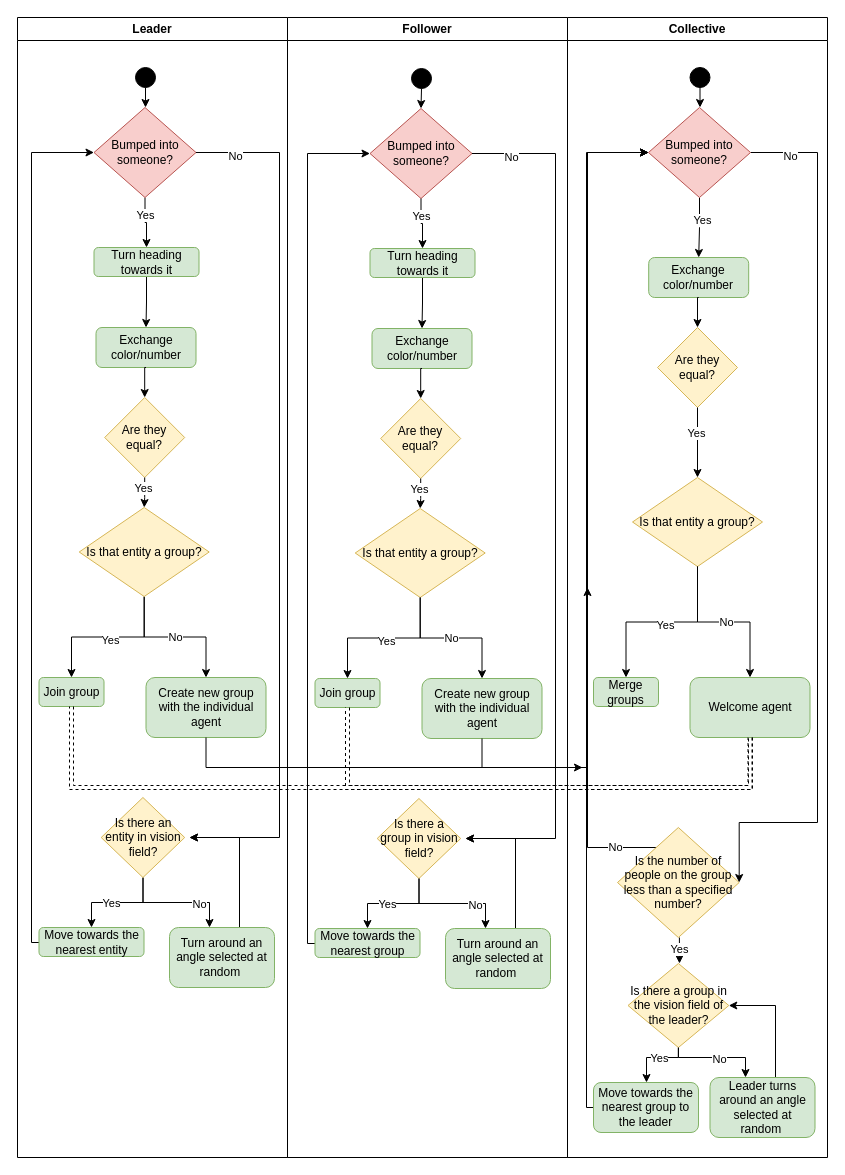
WonderfulAme/Agent_Based_Game_Modelling keeps this draw.io diagram as ActionDiagram2ndGame.drawio. Above is the earlier version. Source tidied: cells renumbered, new cells numbered last; positions are measured from the earlier drawing's top-left corner, leaving out a move shared by most shapes. Both pictures are drawn from the tidied source at 100%, with x=0, y=0 at pixel (17, 17).
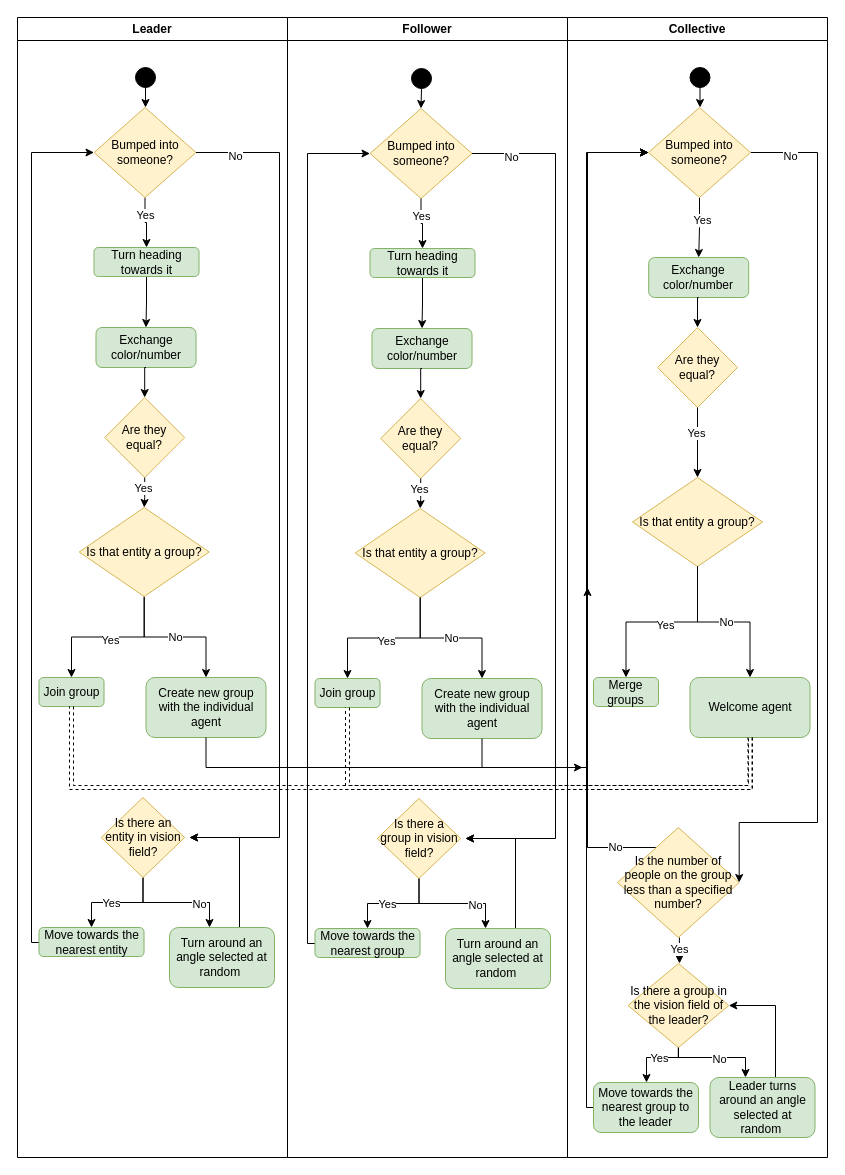
The same diagram, later.

The change refers to these unchanged cells:
```xml
<mxCell id="2" value="Follower" style="swimlane;whiteSpace=wrap;html=1;" parent="1" vertex="1">
  <mxGeometry x="270" width="280" height="1140" as="geometry" />
</mxCell>
<mxCell id="33" value="Leader" style="swimlane;whiteSpace=wrap;html=1;startSize=23;" parent="1" vertex="1">
  <mxGeometry width="270" height="1140" as="geometry" />
</mxCell>
<mxCell id="64" value="Collective" style="swimlane;whiteSpace=wrap;html=1;" parent="1" vertex="1">
  <mxGeometry x="550" width="260" height="1140" as="geometry" />
</mxCell>
```

Change to the diagram source:
```diff
@@
-    <mxCell id="24" value="Bumped into someone?" style="rhombus;whiteSpace=wrap;html=1;fillColor=#f8cecc;strokeColor=#b85450;" parent="2" vertex="1">
+    <mxCell id="24" value="Bumped into someone?" style="rhombus;whiteSpace=wrap;html=1;fillColor=#fff2cc;strokeColor=#d6b656;" parent="2" vertex="1">
       <mxGeometry x="82.5" y="91" width="102" height="90" as="geometry" />
     </mxCell>
@@
-    <mxCell id="59" value="Bumped into someone?" style="rhombus;whiteSpace=wrap;html=1;fillColor=#f8cecc;strokeColor=#b85450;" parent="33" vertex="1">
+    <mxCell id="59" value="Bumped into someone?" style="rhombus;whiteSpace=wrap;html=1;fillColor=#fff2cc;strokeColor=#d6b656;" parent="33" vertex="1">
       <mxGeometry x="76.5" y="90" width="102" height="90" as="geometry" />
     </mxCell>
@@
-    <mxCell id="89" value="Bumped into someone?" style="rhombus;whiteSpace=wrap;html=1;fillColor=#f8cecc;strokeColor=#b85450;" parent="64" vertex="1">
+    <mxCell id="89" value="Bumped into someone?" style="rhombus;whiteSpace=wrap;html=1;fillColor=#fff2cc;strokeColor=#d6b656;" parent="64" vertex="1">
       <mxGeometry x="81" y="90" width="102" height="90" as="geometry" />
     </mxCell>
```
